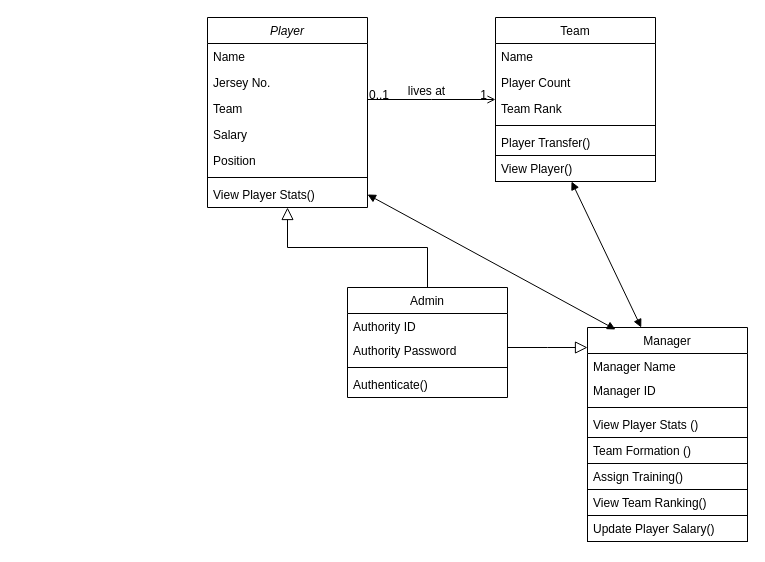
Above: Untitled Diagram.drawio in OmkarGambhir/FootyField (draw.io), before the change. Source tidied: cells renumbered, new cells numbered last; positions are measured from the earlier drawing's top-left corner, leaving out a move shared by most shapes. Both pictures are drawn from the tidied source at 100%, with x=0, y=0 at pixel (207, 17).
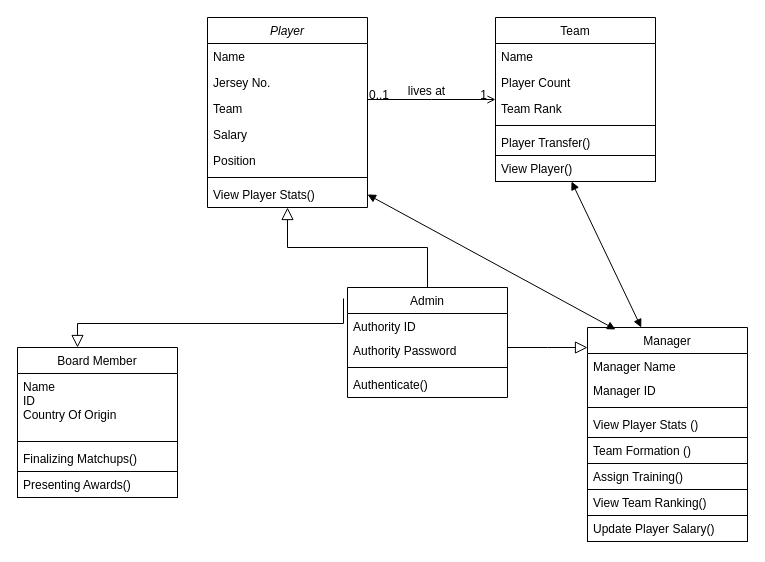
The same diagram, later.

Unchanged cells that the change refers to:
```xml
<mxCell id="10" value="Admin" style="swimlane;fontStyle=0;align=center;verticalAlign=top;horizontal=1;startSize=26;rounded=0;shadow=0;strokeWidth=1;" parent="1" vertex="1">
  <mxGeometry x="140" y="270" width="160" height="110" as="geometry" />
</mxCell>
```

The edit, as a diff of the source:
```diff
@@
+    <mxCell id="39" value="Board Member" style="swimlane;fontStyle=0;align=center;verticalAlign=top;horizontal=1;startSize=26;strokeColor=default;fillColor=none;" parent="1" vertex="1">
+      <mxGeometry x="-190" y="330" width="160" height="124" as="geometry" />
+    </mxCell>
+    <mxCell id="40" value="Name&#10;ID&#10;Country Of Origin" style="text;strokeColor=none;fillColor=none;align=left;verticalAlign=top;spacingLeft=4;spacingRight=4;overflow=hidden;" parent="39" vertex="1">
+      <mxGeometry y="26" width="160" height="64" as="geometry" />
+    </mxCell>
+    <mxCell id="41" style="line;strokeWidth=1;fillColor=none;align=left;verticalAlign=middle;spacingTop=-1;spacingLeft=3;spacingRight=3;labelPosition=right;strokeColor=inherit;" parent="39" vertex="1">
+      <mxGeometry y="90" width="160" height="8" as="geometry" />
+    </mxCell>
+    <mxCell id="42" value="Finalizing Matchups()" style="text;strokeColor=none;fillColor=none;align=left;verticalAlign=top;spacingLeft=4;spacingRight=4;overflow=hidden;" parent="39" vertex="1">
+      <mxGeometry y="98" width="160" height="26" as="geometry" />
+    </mxCell>
+    <mxCell id="43" value="Presenting Awards()" style="text;strokeColor=default;fillColor=none;align=left;verticalAlign=top;spacingLeft=4;spacingRight=4;overflow=hidden;" parent="1" vertex="1">
+      <mxGeometry x="-190" y="454" width="160" height="26" as="geometry" />
+    </mxCell>
+    <mxCell id="44" style="endArrow=block;endSize=10;endFill=0;shadow=0;strokeWidth=1;rounded=0;edgeStyle=elbowEdgeStyle;elbow=vertical;exitX=-0.025;exitY=0.1;exitDx=0;exitDy=0;exitPerimeter=0;" parent="1" edge="1" source="10">
+      <mxGeometry relative="1" as="geometry">
+        <mxPoint x="-130" y="330" as="targetPoint" />
+      </mxGeometry>
+    </mxCell>
```
